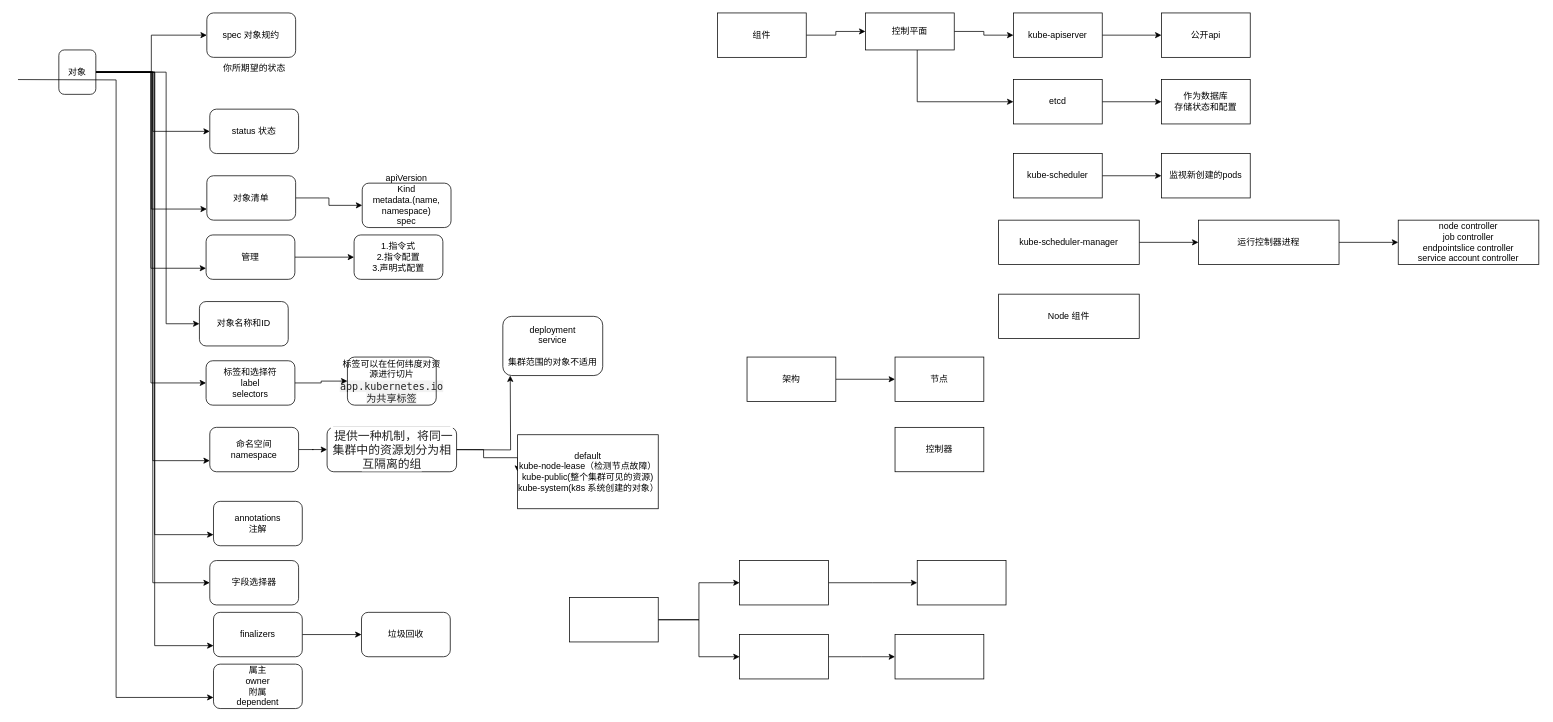
This is k8s.drawio from onlyonedaniel/wiki, a draw.io file, before an edit. Source tidied: cells renumbered, new cells numbered last; positions are measured from the earlier drawing's top-left corner, leaving out a move shared by most shapes. Both pictures are drawn from the tidied source at 74%, with x=0, y=0 at pixel (18, 13).
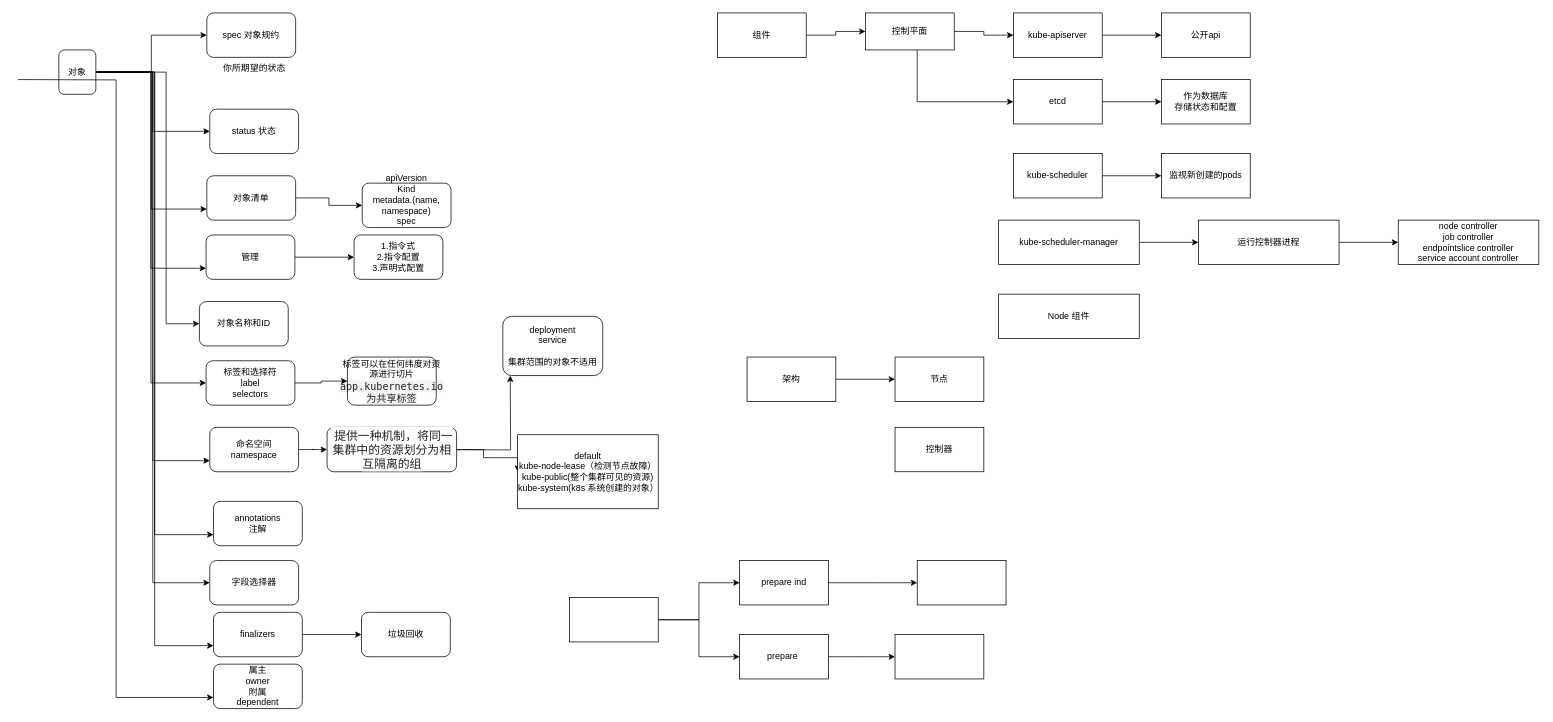
After the change.

Diff of the diagram source:
```diff
@@
-    <mxCell id="65" style="rounded=0;whiteSpace=wrap;html=1;" parent="1" vertex="1">
+    <mxCell id="65" value="prepare&amp;nbsp;" style="rounded=0;whiteSpace=wrap;html=1;" parent="1" vertex="1">
       <mxGeometry x="975" y="840" width="120" height="60" as="geometry" />
     </mxCell>
@@
-    <mxCell id="67" style="rounded=0;whiteSpace=wrap;html=1;" parent="1" vertex="1">
+    <mxCell id="67" value="prepare ind" style="rounded=0;whiteSpace=wrap;html=1;" parent="1" vertex="1">
       <mxGeometry x="975" y="740" width="120" height="60" as="geometry" />
     </mxCell>
```
